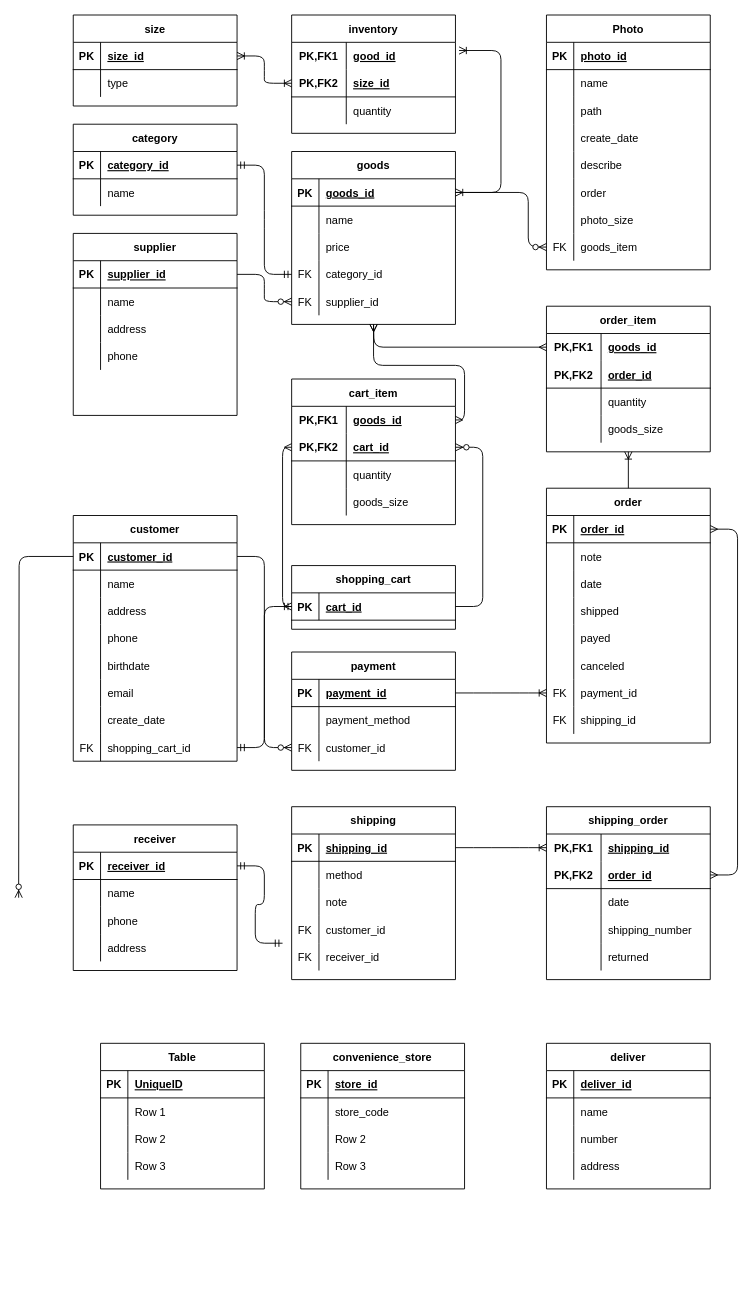
Earlier version of the draw.io diagram ermodel.drawio (BoshiLee/ecommerce). Source tidied: cells renumbered, new cells numbered last; positions are measured from the earlier drawing's top-left corner, leaving out a move shared by most shapes. Both pictures are drawn from the tidied source at 91%, with x=0, y=0 at pixel (18, 15).
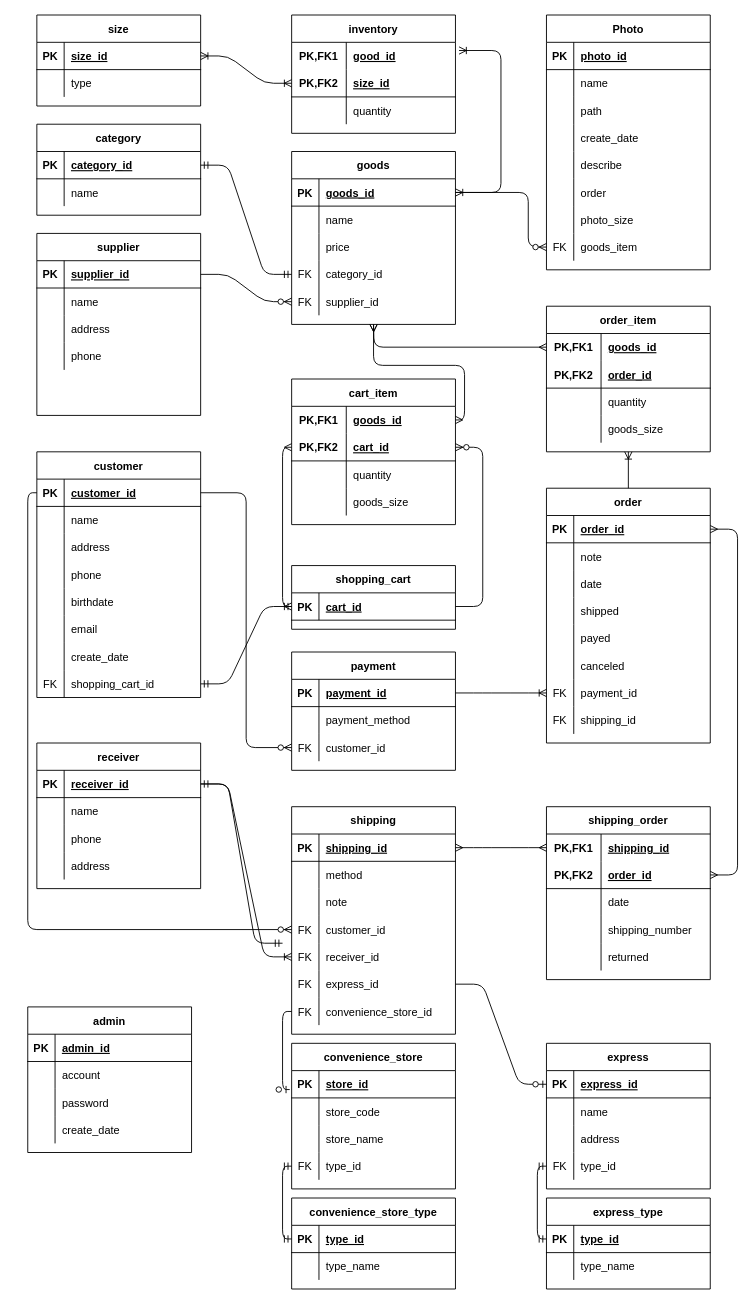
After the change.

The change refers to these unchanged cells:
```xml
<mxCell id="3" style="shape=partialRectangle;fillColor=none;top=0;left=0;bottom=1;right=0;points=[[0,0.5],[1,0.5]];portConstraint=eastwest;" parent="2" vertex="1">
  <mxGeometry y="30" width="180" height="30" as="geometry" />
</mxCell>
<mxCell id="142" style="shape=partialRectangle;fillColor=none;top=0;left=0;bottom=1;right=0;points=[[0,0.5],[1,0.5]];portConstraint=eastwest;" parent="141" vertex="1">
  <mxGeometry y="30" width="180" height="30" as="geometry" />
</mxCell>
<mxCell id="151" style="shape=partialRectangle;fillColor=none;top=0;left=0;bottom=0;right=0;points=[[0,0.5],[1,0.5]];portConstraint=eastwest;" parent="141" vertex="1">
  <mxGeometry y="120" width="180" height="30" as="geometry" />
</mxCell>
<mxCell id="154" style="shape=partialRectangle;fillColor=none;top=0;left=0;bottom=0;right=0;points=[[0,0.5],[1,0.5]];portConstraint=eastwest;" parent="141" vertex="1">
  <mxGeometry y="150" width="180" height="30" as="geometry" />
</mxCell>
<mxCell id="201" style="shape=partialRectangle;fillColor=none;top=0;left=0;bottom=1;right=0;points=[[0,0.5],[1,0.5]];portConstraint=eastwest;" parent="200" vertex="1">
  <mxGeometry y="30" width="180" height="30" as="geometry" />
</mxCell>
<mxCell id="214" style="shape=partialRectangle;fillColor=none;top=0;left=0;bottom=1;right=0;points=[[0,0.5],[1,0.5]];portConstraint=eastwest;" parent="213" vertex="1">
  <mxGeometry y="30" width="180" height="30" as="geometry" />
</mxCell>
<mxCell id="229" style="shape=partialRectangle;fillColor=none;top=0;left=0;bottom=1;right=0;points=[[0,0.5],[1,0.5]];portConstraint=eastwest;" parent="228" vertex="1">
  <mxGeometry y="30" width="180" height="30" as="geometry" />
</mxCell>
<mxCell id="235" style="shape=partialRectangle;fillColor=none;top=0;left=0;bottom=0;right=0;" parent="228" vertex="1">
  <mxGeometry y="90" width="180" height="30" as="geometry" />
</mxCell>
<mxCell id="242" style="shape=partialRectangle;fillColor=none;top=0;left=0;bottom=1;right=0;" parent="241" vertex="1">
  <mxGeometry y="30" width="180" height="30" as="geometry" />
</mxCell>
<mxCell id="245" style="shape=partialRectangle;fillColor=none;top=0;left=0;bottom=0;right=0;" parent="241" vertex="1">
  <mxGeometry y="60" width="180" height="30" as="geometry" />
</mxCell>
<mxCell id="248" style="shape=partialRectangle;fillColor=none;top=0;left=0;bottom=0;right=0;" parent="241" vertex="1">
  <mxGeometry y="90" width="180" height="30" as="geometry" />
</mxCell>
<mxCell id="251" style="shape=partialRectangle;fillColor=none;top=0;left=0;bottom=0;right=0;" parent="241" vertex="1">
  <mxGeometry y="120" width="180" height="30" as="geometry" />
</mxCell>
<mxCell id="255" style="shape=partialRectangle;fillColor=none;top=0;left=0;bottom=0;right=0;points=[[0,0.5],[1,0.5]];portConstraint=eastwest;" parent="254" vertex="1">
  <mxGeometry y="30" width="180" height="30" as="geometry" />
</mxCell>
```

Diff of the diagram source:
```diff
@@
     <mxCell id="2" value="customer" style="shape=table;startSize=30;childLayout=tableLayout;rowLines=0;fontStyle=1;align=center;" parent="1" vertex="1">
-      <mxGeometry x="60" y="550" width="180" height="270" as="geometry" />
+      <mxGeometry x="20" y="480" width="180" height="270" as="geometry" />
     </mxCell>
@@
     <mxCell id="37" value="supplier" style="shape=table;startSize=30;childLayout=tableLayout;rowLines=0;fontStyle=1;align=center;" parent="1" vertex="1">
-      <mxGeometry x="60" y="240" width="180" height="200" as="geometry" />
+      <mxGeometry x="20" y="240" width="180" height="200" as="geometry" />
     </mxCell>
@@
     <mxCell id="66" value="category" style="shape=table;startSize=30;childLayout=tableLayout;rowLines=0;fontStyle=1;align=center;" parent="1" vertex="1">
-      <mxGeometry x="60" y="120" width="180" height="100" as="geometry" />
+      <mxGeometry x="20" y="120" width="180" height="100" as="geometry" />
     </mxCell>
@@
     <mxCell id="141" value="shipping" style="shape=table;startSize=30;childLayout=tableLayout;rowLines=0;fontStyle=1;align=center;" parent="1" vertex="1">
-      <mxGeometry x="300" y="870" width="180" height="190" as="geometry" />
+      <mxGeometry x="300" y="870" width="180" height="250" as="geometry" />
     </mxCell>
@@
+    <mxCell id="271" style="shape=partialRectangle;fillColor=none;top=0;left=0;bottom=0;right=0;points=[[0,0.5],[1,0.5]];portConstraint=eastwest;" parent="141" vertex="1">
+      <mxGeometry y="180" width="180" height="30" as="geometry" />
+    </mxCell>
+    <mxCell id="272" value="FK" style="shape=partialRectangle;fillColor=none;top=0;left=0;bottom=0;right=0;fontStyle=0;overflow=hidden;" parent="271" vertex="1">
+      <mxGeometry width="30" height="30" as="geometry" />
+    </mxCell>
+    <mxCell id="273" value="express_id" style="shape=partialRectangle;fillColor=none;top=0;left=0;bottom=0;right=0;align=left;spacingLeft=6;fontStyle=0;overflow=hidden;" parent="271" vertex="1">
+      <mxGeometry x="30" width="150" height="30" as="geometry" />
+    </mxCell>
+    <mxCell id="274" style="shape=partialRectangle;fillColor=none;top=0;left=0;bottom=0;right=0;points=[[0,0.5],[1,0.5]];portConstraint=eastwest;" parent="141" vertex="1">
+      <mxGeometry y="210" width="180" height="30" as="geometry" />
+    </mxCell>
+    <mxCell id="275" value="FK" style="shape=partialRectangle;fillColor=none;top=0;left=0;bottom=0;right=0;fontStyle=0;overflow=hidden;" parent="274" vertex="1">
+      <mxGeometry width="30" height="30" as="geometry" />
+    </mxCell>
+    <mxCell id="276" value="convenience_store_id" style="shape=partialRectangle;fillColor=none;top=0;left=0;bottom=0;right=0;align=left;spacingLeft=6;fontStyle=0;overflow=hidden;" parent="274" vertex="1">
+      <mxGeometry x="30" width="150" height="30" as="geometry" />
+    </mxCell>
-    <mxCell id="157" style="fontSize=12;html=1;endArrow=ERzeroToMany;endFill=1;exitX=0;exitY=0.5;exitDx=0;exitDy=0;edgeStyle=orthogonalEdgeStyle;" parent="1" edge="1" source="3">
-      <mxGeometry relative="1" as="geometry">
-        <mxPoint y="970" as="targetPoint" />
-      </mxGeometry>
+    <mxCell id="157" style="fontSize=12;html=1;endArrow=ERzeroToMany;endFill=1;exitX=0;exitY=0.5;exitDx=0;exitDy=0;edgeStyle=orthogonalEdgeStyle;" parent="1" edge="1" source="3" target="151">
+      <mxGeometry relative="1" as="geometry" />
     </mxCell>
@@
     <mxCell id="159" value="size" style="shape=table;startSize=30;childLayout=tableLayout;rowLines=0;fontStyle=1;align=center;" parent="1" vertex="1">
-      <mxGeometry x="60" width="180" height="100" as="geometry" />
+      <mxGeometry x="20" width="180" height="100" as="geometry" />
     </mxCell>
@@
-    <mxCell id="200" value="deliver" style="shape=table;startSize=30;childLayout=tableLayout;rowLines=0;fontStyle=1;align=center;" parent="1" vertex="1">
+    <mxCell id="200" value="express" style="shape=table;startSize=30;childLayout=tableLayout;rowLines=0;fontStyle=1;align=center;" parent="1" vertex="1">
       <mxGeometry x="580" y="1130" width="180" height="160" as="geometry" />
     </mxCell>
@@
-    <mxCell id="203" value="deliver_id" style="shape=partialRectangle;fillColor=none;top=0;left=0;bottom=0;right=0;align=left;spacingLeft=6;fontStyle=5;overflow=hidden;" parent="201" vertex="1">
+    <mxCell id="203" value="express_id" style="shape=partialRectangle;fillColor=none;top=0;left=0;bottom=0;right=0;align=left;spacingLeft=6;fontStyle=5;overflow=hidden;" parent="201" vertex="1">
       <mxGeometry x="30" width="150" height="30" as="geometry" />
     </mxCell>
@@
-    <mxCell id="207" style="shape=partialRectangle;fillColor=none;top=0;left=0;bottom=0;right=0;" parent="200" vertex="1">
-      <mxGeometry y="90" width="180" height="30" as="geometry" />
-    </mxCell>
-    <mxCell id="208" style="shape=partialRectangle;fillColor=none;top=0;left=0;bottom=0;right=0;overflow=hidden;" parent="207" vertex="1">
-      <mxGeometry width="30" height="30" as="geometry" />
-    </mxCell>
-    <mxCell id="209" value="number" style="shape=partialRectangle;fillColor=none;top=0;left=0;bottom=0;right=0;align=left;spacingLeft=6;overflow=hidden;" parent="207" vertex="1">
-      <mxGeometry x="30" width="150" height="30" as="geometry" />
-    </mxCell>
     <mxCell id="210" style="shape=partialRectangle;fillColor=none;top=0;left=0;bottom=0;right=0;" parent="200" vertex="1">
-      <mxGeometry y="120" width="180" height="30" as="geometry" />
+      <mxGeometry y="90" width="180" height="30" as="geometry" />
     </mxCell>
@@
+    <mxCell id="277" style="shape=partialRectangle;fillColor=none;top=0;left=0;bottom=0;right=0;points=[[0,0.5],[1,0.5]];portConstraint=eastwest;" parent="200" vertex="1">
+      <mxGeometry y="120" width="180" height="30" as="geometry" />
+    </mxCell>
+    <mxCell id="278" value="FK" style="shape=partialRectangle;fillColor=none;top=0;left=0;bottom=0;right=0;fontStyle=0;overflow=hidden;" parent="277" vertex="1">
+      <mxGeometry width="30" height="30" as="geometry" />
+    </mxCell>
+    <mxCell id="279" value="type_id" style="shape=partialRectangle;fillColor=none;top=0;left=0;bottom=0;right=0;align=left;spacingLeft=6;fontStyle=0;overflow=hidden;" parent="277" vertex="1">
+      <mxGeometry x="30" width="150" height="30" as="geometry" />
+    </mxCell>
     <mxCell id="213" value="receiver" style="shape=table;startSize=30;childLayout=tableLayout;rowLines=0;fontStyle=1;align=center;" parent="1" vertex="1">
-      <mxGeometry x="60" y="890" width="180" height="160" as="geometry" />
+      <mxGeometry x="20" y="800" width="180" height="160" as="geometry" />
     </mxCell>
@@
-    <mxCell id="227" style="edgeStyle=entityRelationEdgeStyle;fontSize=12;html=1;endArrow=ERoneToMany;entryX=0;entryY=0.5;entryDx=0;entryDy=0;exitX=1;exitY=0.5;exitDx=0;exitDy=0;" parent="1" edge="1" source="142" target="255">
-      <mxGeometry relative="1" as="geometry" />
-    </mxCell>
     <mxCell id="228" value="convenience_store" style="shape=table;startSize=30;childLayout=tableLayout;rowLines=0;fontStyle=1;align=center;" parent="1" vertex="1">
-      <mxGeometry x="310" y="1130" width="180" height="160" as="geometry" />
+      <mxGeometry x="300" y="1130" width="180" height="160" as="geometry" />
     </mxCell>
@@
-    <mxCell id="237" value="Row 2" style="shape=partialRectangle;fillColor=none;top=0;left=0;bottom=0;right=0;align=left;spacingLeft=6;overflow=hidden;" parent="235" vertex="1">
+    <mxCell id="237" value="store_name" style="shape=partialRectangle;fillColor=none;top=0;left=0;bottom=0;right=0;align=left;spacingLeft=6;overflow=hidden;" parent="235" vertex="1">
       <mxGeometry x="30" width="150" height="30" as="geometry" />
     </mxCell>
-    <mxCell id="238" style="shape=partialRectangle;fillColor=none;top=0;left=0;bottom=0;right=0;" parent="228" vertex="1">
-      <mxGeometry y="120" width="180" height="30" as="geometry" />
-    </mxCell>
-    <mxCell id="239" style="shape=partialRectangle;fillColor=none;top=0;left=0;bottom=0;right=0;overflow=hidden;" parent="238" vertex="1">
-      <mxGeometry width="30" height="30" as="geometry" />
-    </mxCell>
-    <mxCell id="240" value="Row 3" style="shape=partialRectangle;fillColor=none;top=0;left=0;bottom=0;right=0;align=left;spacingLeft=6;overflow=hidden;" parent="238" vertex="1">
-      <mxGeometry x="30" width="150" height="30" as="geometry" />
-    </mxCell>
+    <mxCell id="280" style="shape=partialRectangle;fillColor=none;top=0;left=0;bottom=0;right=0;points=[[0,0.5],[1,0.5]];portConstraint=eastwest;" parent="228" vertex="1">
+      <mxGeometry y="120" width="180" height="30" as="geometry" />
+    </mxCell>
+    <mxCell id="281" value="FK" style="shape=partialRectangle;fillColor=none;top=0;left=0;bottom=0;right=0;fontStyle=0;overflow=hidden;" parent="280" vertex="1">
+      <mxGeometry width="30" height="30" as="geometry" />
+    </mxCell>
+    <mxCell id="282" value="type_id" style="shape=partialRectangle;fillColor=none;top=0;left=0;bottom=0;right=0;align=left;spacingLeft=6;fontStyle=0;overflow=hidden;" parent="280" vertex="1">
+      <mxGeometry x="30" width="150" height="30" as="geometry" />
+    </mxCell>
-    <mxCell id="241" value="Table" style="shape=table;startSize=30;childLayout=tableLayout;rowLines=0;fontStyle=1;align=center;" parent="1" vertex="1">
-      <mxGeometry x="90" y="1130" width="180" height="160" as="geometry" />
+    <mxCell id="241" value="admin" style="shape=table;startSize=30;childLayout=tableLayout;rowLines=0;fontStyle=1;align=center;" parent="1" vertex="1">
+      <mxGeometry x="10" y="1090" width="180" height="160" as="geometry" />
     </mxCell>
@@
-    <mxCell id="244" value="UniqueID" style="shape=partialRectangle;fillColor=none;top=0;left=0;bottom=0;right=0;align=left;spacingLeft=6;fontStyle=5;overflow=hidden;" parent="242" vertex="1">
+    <mxCell id="244" value="admin_id" style="shape=partialRectangle;fillColor=none;top=0;left=0;bottom=0;right=0;align=left;spacingLeft=6;fontStyle=5;overflow=hidden;" parent="242" vertex="1">
       <mxGeometry x="30" width="150" height="30" as="geometry" />
     </mxCell>
@@
-    <mxCell id="247" value="Row 1" style="shape=partialRectangle;fillColor=none;top=0;left=0;bottom=0;right=0;align=left;spacingLeft=6;overflow=hidden;" parent="245" vertex="1">
+    <mxCell id="247" value="account" style="shape=partialRectangle;fillColor=none;top=0;left=0;bottom=0;right=0;align=left;spacingLeft=6;overflow=hidden;" parent="245" vertex="1">
       <mxGeometry x="30" width="150" height="30" as="geometry" />
     </mxCell>
@@
-    <mxCell id="250" value="Row 2" style="shape=partialRectangle;fillColor=none;top=0;left=0;bottom=0;right=0;align=left;spacingLeft=6;overflow=hidden;" parent="248" vertex="1">
+    <mxCell id="250" value="password" style="shape=partialRectangle;fillColor=none;top=0;left=0;bottom=0;right=0;align=left;spacingLeft=6;overflow=hidden;" parent="248" vertex="1">
       <mxGeometry x="30" width="150" height="30" as="geometry" />
     </mxCell>
@@
-    <mxCell id="253" value="Row 3" style="shape=partialRectangle;fillColor=none;top=0;left=0;bottom=0;right=0;align=left;spacingLeft=6;overflow=hidden;" parent="251" vertex="1">
+    <mxCell id="253" value="create_date" style="shape=partialRectangle;fillColor=none;top=0;left=0;bottom=0;right=0;align=left;spacingLeft=6;overflow=hidden;" parent="251" vertex="1">
       <mxGeometry x="30" width="150" height="30" as="geometry" />
     </mxCell>
@@
+    <mxCell id="283" style="edgeStyle=entityRelationEdgeStyle;fontSize=12;html=1;endArrow=ERoneToMany;exitX=1;exitY=0.5;exitDx=0;exitDy=0;" parent="1" edge="1" source="214" target="154">
+      <mxGeometry relative="1" as="geometry" />
+    </mxCell>
+    <mxCell id="284" style="edgeStyle=entityRelationEdgeStyle;fontSize=12;html=1;endArrow=ERmany;startArrow=ERmany;entryX=1;entryY=0.5;entryDx=0;entryDy=0;exitX=0;exitY=0.5;exitDx=0;exitDy=0;" parent="1" edge="1" source="255" target="142">
+      <mxGeometry relative="1" as="geometry" />
+    </mxCell>
+    <mxCell id="285" value="convenience_store_type" style="shape=table;startSize=30;childLayout=tableLayout;rowLines=0;fontStyle=1;align=center;" parent="1" vertex="1">
+      <mxGeometry x="300" y="1300" width="180" height="100" as="geometry" />
+    </mxCell>
+    <mxCell id="286" style="shape=partialRectangle;fillColor=none;top=0;left=0;bottom=1;right=0;points=[[0,0.5],[1,0.5]];portConstraint=eastwest;" parent="285" vertex="1">
+      <mxGeometry y="30" width="180" height="30" as="geometry" />
+    </mxCell>
+    <mxCell id="287" value="PK" style="shape=partialRectangle;fillColor=none;top=0;left=0;bottom=0;right=0;fontStyle=1;overflow=hidden;" parent="286" vertex="1">
+      <mxGeometry width="30" height="30" as="geometry" />
+    </mxCell>
+    <mxCell id="288" value="type_id" style="shape=partialRectangle;fillColor=none;top=0;left=0;bottom=0;right=0;align=left;spacingLeft=6;fontStyle=5;overflow=hidden;" parent="286" vertex="1">
+      <mxGeometry x="30" width="150" height="30" as="geometry" />
+    </mxCell>
+    <mxCell id="289" style="shape=partialRectangle;fillColor=none;top=0;left=0;bottom=0;right=0;" parent="285" vertex="1">
+      <mxGeometry y="60" width="180" height="30" as="geometry" />
+    </mxCell>
+    <mxCell id="290" style="shape=partialRectangle;fillColor=none;top=0;left=0;bottom=0;right=0;overflow=hidden;" parent="289" vertex="1">
+      <mxGeometry width="30" height="30" as="geometry" />
+    </mxCell>
+    <mxCell id="291" value="type_name" style="shape=partialRectangle;fillColor=none;top=0;left=0;bottom=0;right=0;align=left;spacingLeft=6;overflow=hidden;" parent="289" vertex="1">
+      <mxGeometry x="30" width="150" height="30" as="geometry" />
+    </mxCell>
+    <mxCell id="292" style="edgeStyle=orthogonalEdgeStyle;fontSize=12;html=1;endArrow=ERmandOne;startArrow=ERmandOne;entryX=0;entryY=0.5;entryDx=0;entryDy=0;exitX=0;exitY=0.5;exitDx=0;exitDy=0;" parent="1" edge="1" source="286" target="280">
+      <mxGeometry relative="1" as="geometry" />
+    </mxCell>
+    <mxCell id="293" value="express_type" style="shape=table;startSize=30;childLayout=tableLayout;rowLines=0;fontStyle=1;align=center;" parent="1" vertex="1">
+      <mxGeometry x="580" y="1300" width="180" height="100" as="geometry" />
+    </mxCell>
+    <mxCell id="294" style="shape=partialRectangle;fillColor=none;top=0;left=0;bottom=1;right=0;points=[[0,0.5],[1,0.5]];portConstraint=eastwest;" parent="293" vertex="1">
+      <mxGeometry y="30" width="180" height="30" as="geometry" />
+    </mxCell>
+    <mxCell id="295" value="PK" style="shape=partialRectangle;fillColor=none;top=0;left=0;bottom=0;right=0;fontStyle=1;overflow=hidden;" parent="294" vertex="1">
+      <mxGeometry width="30" height="30" as="geometry" />
+    </mxCell>
+    <mxCell id="296" value="type_id" style="shape=partialRectangle;fillColor=none;top=0;left=0;bottom=0;right=0;align=left;spacingLeft=6;fontStyle=5;overflow=hidden;" parent="294" vertex="1">
+      <mxGeometry x="30" width="150" height="30" as="geometry" />
+    </mxCell>
+    <mxCell id="297" style="shape=partialRectangle;fillColor=none;top=0;left=0;bottom=0;right=0;" parent="293" vertex="1">
+      <mxGeometry y="60" width="180" height="30" as="geometry" />
+    </mxCell>
+    <mxCell id="298" style="shape=partialRectangle;fillColor=none;top=0;left=0;bottom=0;right=0;overflow=hidden;" parent="297" vertex="1">
+      <mxGeometry width="30" height="30" as="geometry" />
+    </mxCell>
+    <mxCell id="299" value="type_name" style="shape=partialRectangle;fillColor=none;top=0;left=0;bottom=0;right=0;align=left;spacingLeft=6;overflow=hidden;" parent="297" vertex="1">
+      <mxGeometry x="30" width="150" height="30" as="geometry" />
+    </mxCell>
+    <mxCell id="300" style="edgeStyle=orthogonalEdgeStyle;fontSize=12;html=1;endArrow=ERmandOne;startArrow=ERmandOne;entryX=0;entryY=0.5;entryDx=0;entryDy=0;exitX=0;exitY=0.5;exitDx=0;exitDy=0;" parent="1" edge="1" source="294" target="277">
+      <mxGeometry relative="1" as="geometry" />
+    </mxCell>
+    <mxCell id="301" style="fontSize=12;html=1;endArrow=ERzeroToOne;endFill=1;entryX=-0.012;entryY=0.694;entryDx=0;entryDy=0;entryPerimeter=0;exitX=0;exitY=0.5;exitDx=0;exitDy=0;edgeStyle=orthogonalEdgeStyle;" parent="1" edge="1" source="274" target="229">
+      <mxGeometry relative="1" as="geometry">
+        <Array as="points">
+          <mxPoint x="290" y="1095" />
+          <mxPoint x="290" y="1181" />
+        </Array>
+      </mxGeometry>
+    </mxCell>
+    <mxCell id="302" style="edgeStyle=entityRelationEdgeStyle;fontSize=12;html=1;endArrow=ERzeroToOne;endFill=1;entryX=0;entryY=0.5;entryDx=0;entryDy=0;exitX=1;exitY=0.5;exitDx=0;exitDy=0;" parent="1" edge="1" source="271" target="201">
+      <mxGeometry relative="1" as="geometry" />
+    </mxCell>
```
